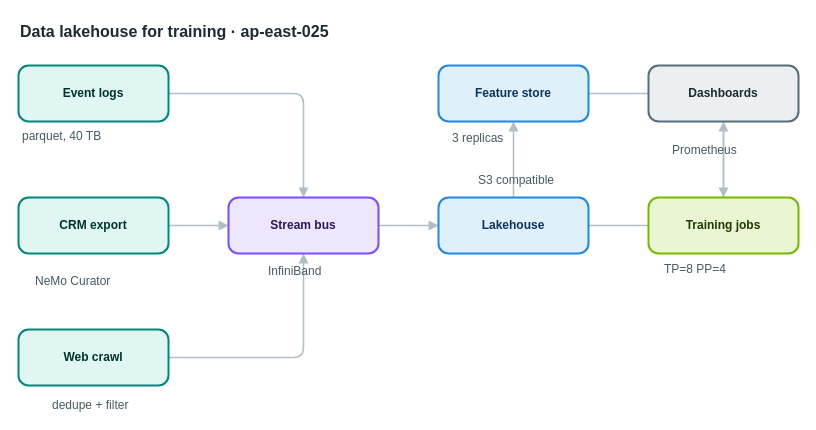
This is apps/web/public/samples/library/025-data-lakehouse-for-training.drawio from AryanG01/open-apprentice, a draw.io file, before an edit. Source tidied: cells renumbered, new cells numbered last; positions are measured from the earlier drawing's top-left corner, leaving out a move shared by most shapes. Both pictures are drawn from the tidied source at 100%, with x=0, y=0 at pixel (18, 17).
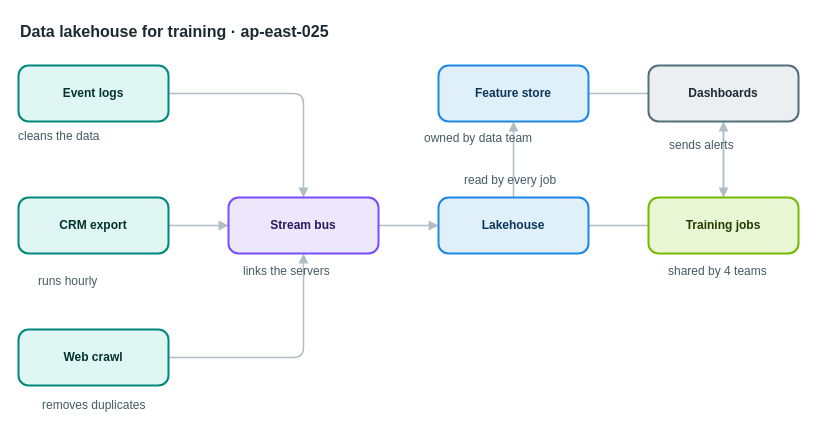
Above is the later version.

Change to the diagram source:
```diff
@@
-    <mxCell id="18" value="parquet, 40 TB" style="text;html=1;align=left;verticalAlign=top;whiteSpace=nowrap;spacing=0;spacingTop=0;strokeColor=none;fillColor=none;fontSize=12;fontColor=#455a64;" parent="1" vertex="1">
-      <mxGeometry x="4" y="107" width="110" height="20" as="geometry" />
+    <mxCell id="18" value="cleans the data" style="text;html=1;align=left;verticalAlign=top;whiteSpace=nowrap;spacing=0;spacingTop=0;strokeColor=none;fillColor=none;fontSize=12;fontColor=#455a64;" parent="1" vertex="1">
+      <mxGeometry y="107" width="117" height="20" as="geometry" />
     </mxCell>
-    <mxCell id="19" value="NeMo Curator" style="text;html=1;align=left;verticalAlign=top;whiteSpace=nowrap;spacing=0;spacingTop=0;strokeColor=none;fillColor=none;fontSize=12;fontColor=#455a64;" parent="1" vertex="1">
-      <mxGeometry x="17" y="252" width="96" height="20" as="geometry" />
+    <mxCell id="19" value="runs hourly" style="text;html=1;align=left;verticalAlign=top;whiteSpace=nowrap;spacing=0;spacingTop=0;strokeColor=none;fillColor=none;fontSize=12;fontColor=#455a64;" parent="1" vertex="1">
+      <mxGeometry x="20" y="252" width="89" height="20" as="geometry" />
     </mxCell>
-    <mxCell id="20" value="dedupe + filter" style="text;html=1;align=left;verticalAlign=top;whiteSpace=nowrap;spacing=0;spacingTop=0;strokeColor=none;fillColor=none;fontSize=12;fontColor=#455a64;" parent="1" vertex="1">
-      <mxGeometry x="34" y="376" width="117" height="20" as="geometry" />
+    <mxCell id="20" value="removes duplicates" style="text;html=1;align=left;verticalAlign=top;whiteSpace=nowrap;spacing=0;spacingTop=0;strokeColor=none;fillColor=none;fontSize=12;fontColor=#455a64;" parent="1" vertex="1">
+      <mxGeometry x="24" y="376" width="138" height="20" as="geometry" />
     </mxCell>
-    <mxCell id="21" value="InfiniBand" style="text;html=1;align=left;verticalAlign=top;whiteSpace=nowrap;spacing=0;spacingTop=0;strokeColor=none;fillColor=none;fontSize=12;fontColor=#455a64;" parent="1" vertex="1">
-      <mxGeometry x="250" y="242" width="82" height="20" as="geometry" />
+    <mxCell id="21" value="links the servers" style="text;html=1;align=left;verticalAlign=top;whiteSpace=nowrap;spacing=0;spacingTop=0;strokeColor=none;fillColor=none;fontSize=12;fontColor=#455a64;" parent="1" vertex="1">
+      <mxGeometry x="225" y="242" width="131" height="20" as="geometry" />
     </mxCell>
-    <mxCell id="22" value="S3 compatible" style="text;html=1;align=left;verticalAlign=top;whiteSpace=nowrap;spacing=0;spacingTop=0;strokeColor=none;fillColor=none;fontSize=12;fontColor=#455a64;" parent="1" vertex="1">
-      <mxGeometry x="460" y="151" width="103" height="20" as="geometry" />
+    <mxCell id="22" value="read by every job" style="text;html=1;align=left;verticalAlign=top;whiteSpace=nowrap;spacing=0;spacingTop=0;strokeColor=none;fillColor=none;fontSize=12;fontColor=#455a64;" parent="1" vertex="1">
+      <mxGeometry x="446" y="151" width="131" height="20" as="geometry" />
     </mxCell>
-    <mxCell id="23" value="3 replicas" style="text;html=1;align=left;verticalAlign=top;whiteSpace=nowrap;spacing=0;spacingTop=0;strokeColor=none;fillColor=none;fontSize=12;fontColor=#455a64;" parent="1" vertex="1">
-      <mxGeometry x="434" y="109" width="82" height="20" as="geometry" />
+    <mxCell id="23" value="owned by data team" style="text;html=1;align=left;verticalAlign=top;whiteSpace=nowrap;spacing=0;spacingTop=0;strokeColor=none;fillColor=none;fontSize=12;fontColor=#455a64;" parent="1" vertex="1">
+      <mxGeometry x="406" y="109" width="138" height="20" as="geometry" />
     </mxCell>
-    <mxCell id="24" value="TP=8 PP=4" style="text;html=1;align=left;verticalAlign=top;whiteSpace=nowrap;spacing=0;spacingTop=0;strokeColor=none;fillColor=none;fontSize=12;fontColor=#455a64;" parent="1" vertex="1">
-      <mxGeometry x="646" y="240" width="75" height="20" as="geometry" />
+    <mxCell id="24" value="shared by 4 teams" style="text;html=1;align=left;verticalAlign=top;whiteSpace=nowrap;spacing=0;spacingTop=0;strokeColor=none;fillColor=none;fontSize=12;fontColor=#455a64;" parent="1" vertex="1">
+      <mxGeometry x="650" y="242" width="131" height="20" as="geometry" />
     </mxCell>
-    <mxCell id="25" value="Prometheus" style="text;html=1;align=left;verticalAlign=top;whiteSpace=nowrap;spacing=0;spacingTop=0;strokeColor=none;fillColor=none;fontSize=12;fontColor=#455a64;" parent="1" vertex="1">
-      <mxGeometry x="654" y="121" width="82" height="20" as="geometry" />
+    <mxCell id="25" value="sends alerts" style="text;html=1;align=left;verticalAlign=top;whiteSpace=nowrap;spacing=0;spacingTop=0;strokeColor=none;fillColor=none;fontSize=12;fontColor=#455a64;" parent="1" vertex="1">
+      <mxGeometry x="651" y="116" width="96" height="20" as="geometry" />
     </mxCell>
```
